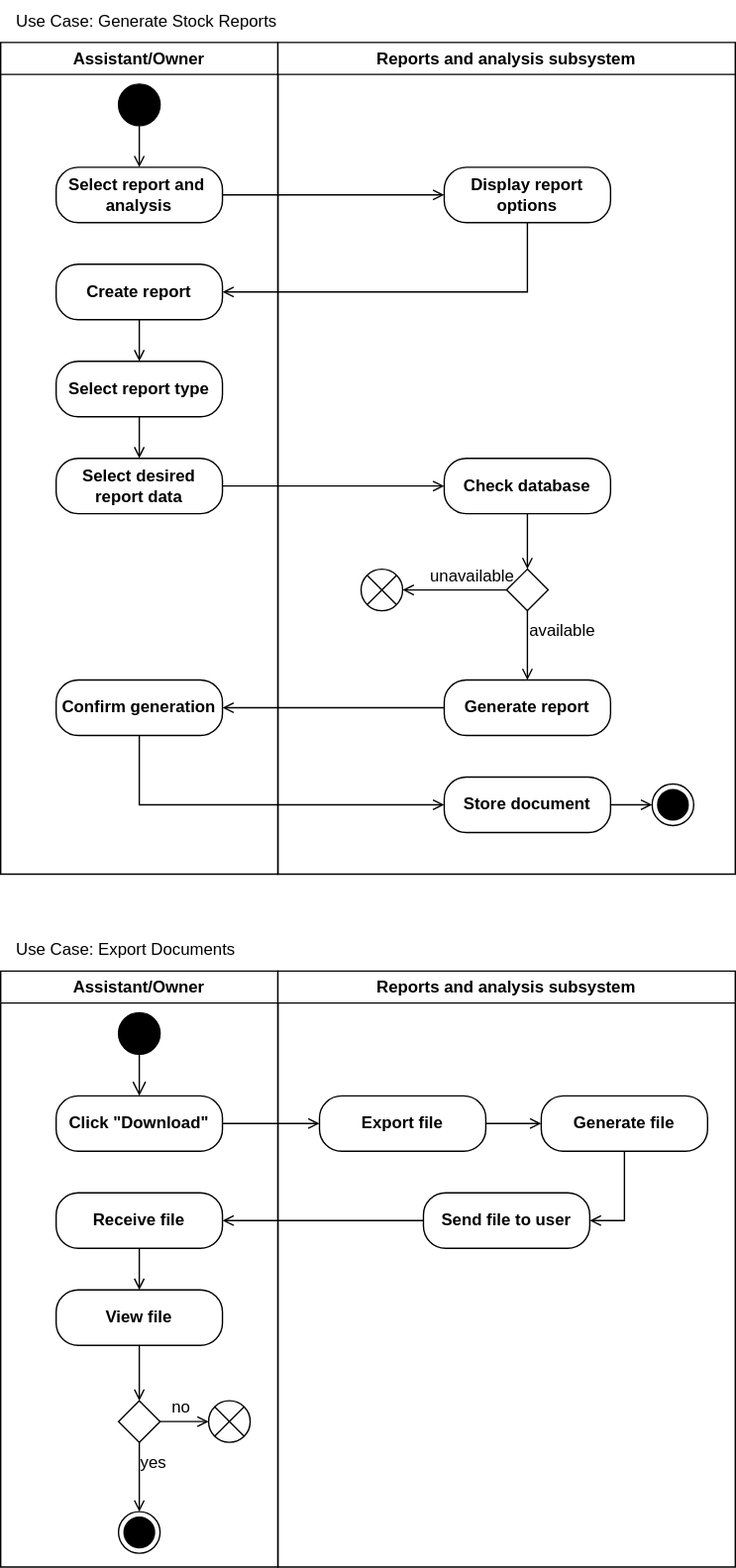
Above: Reports_analysis_Activity.svg in Simamkele88/IFM3_GP (draw.io), before the change. Source tidied: cells renumbered, new cells last; positions are measured from the earlier drawing's top-left corner, leaving out a move shared by most shapes.
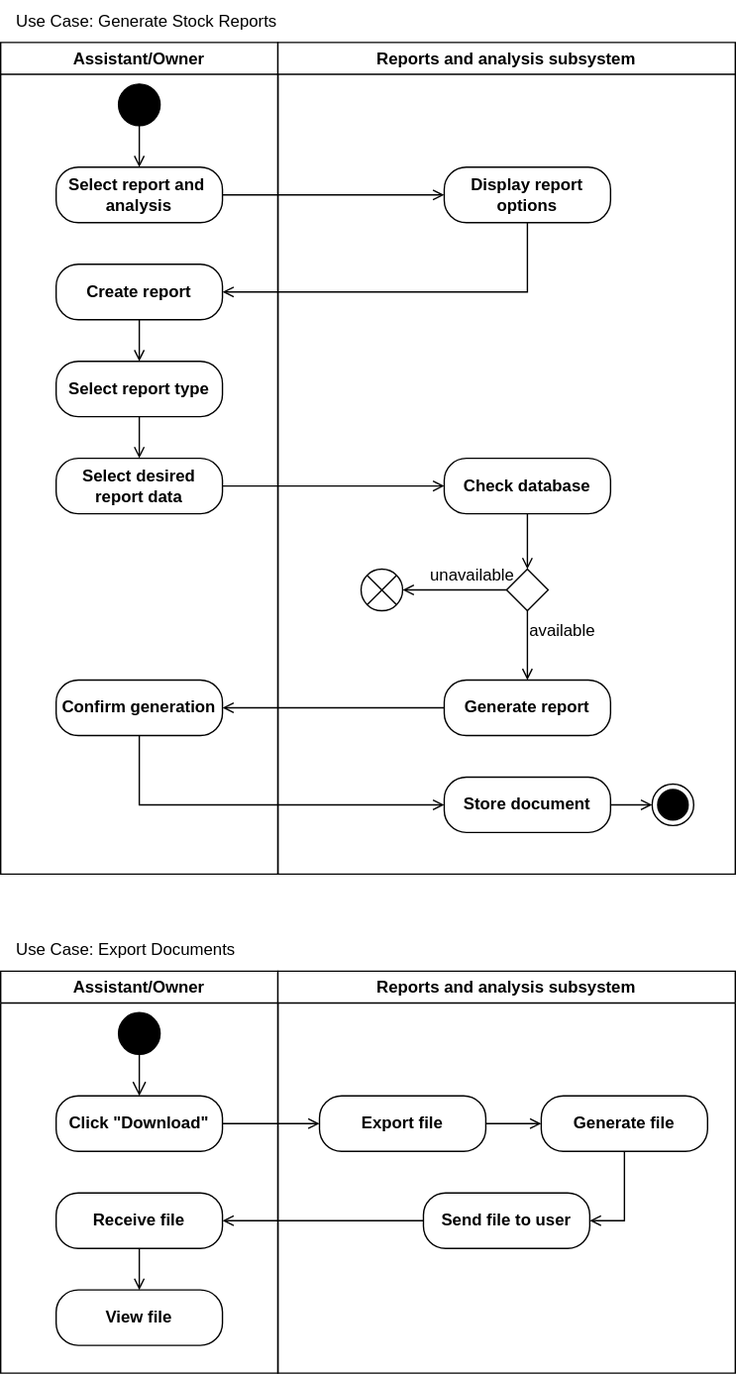
Later version of the same file.

Change to the diagram source:
```diff
@@ -100,7 +100,7 @@
       <mxGeometry relative="1" as="geometry" />
     </mxCell>
     <mxCell id="29" value="Assistant/Owner" style="swimlane;whiteSpace=wrap;html=1;" parent="1" vertex="1">
-      <mxGeometry y="700" width="200" height="430" as="geometry" />
+      <mxGeometry y="700" width="200" height="290" as="geometry" />
     </mxCell>
     <mxCell id="30" style="edgeStyle=orthogonalEdgeStyle;html=1;verticalAlign=middle;endArrow=open;endSize=8;strokeColor=default;rounded=0;entryX=0.5;entryY=0;entryDx=0;entryDy=0;align=center;fontFamily=Helvetica;fontSize=11;fontColor=default;labelBackgroundColor=default;endFill=0;exitX=0.5;exitY=1;exitDx=0;exitDy=0;" parent="29" edge="1" source="34" target="31">
       <mxGeometry relative="1" as="geometry" />
@@ -117,40 +117,11 @@
     <mxCell id="34" style="ellipse;fillColor=strokeColor;html=1;" parent="29" vertex="1">
       <mxGeometry x="85" y="30" width="30" height="30" as="geometry" />
     </mxCell>
-    <mxCell id="35" style="ellipse;html=1;shape=endState;fillColor=strokeColor;" parent="29" vertex="1">
-      <mxGeometry x="85" y="390" width="30" height="30" as="geometry" />
-    </mxCell>
-    <mxCell id="36" style="rhombus;" parent="29" vertex="1">
-      <mxGeometry x="85" y="310" width="30" height="30" as="geometry" />
-    </mxCell>
     <mxCell id="37" value="View file" style="rounded=1;whiteSpace=wrap;html=1;strokeColor=default;align=center;verticalAlign=middle;arcSize=40;fontFamily=Helvetica;fontSize=12;fontColor=default;fillColor=default;fontStyle=1;" parent="29" vertex="1">
       <mxGeometry x="40" y="230" width="120" height="40" as="geometry" />
     </mxCell>
-    <mxCell id="38" style="endArrow=open;html=1;rounded=0;endFill=0;edgeStyle=orthogonalEdgeStyle;exitX=0.5;exitY=1;exitDx=0;exitDy=0;entryX=0.5;entryY=0;entryDx=0;entryDy=0;" parent="29" edge="1" source="37" target="36">
-      <mxGeometry relative="1" as="geometry" />
-    </mxCell>
-    <mxCell id="39" style="endArrow=open;html=1;rounded=0;exitX=0.5;exitY=1;exitDx=0;exitDy=0;entryX=0.5;entryY=0;entryDx=0;entryDy=0;endFill=0;edgeStyle=orthogonalEdgeStyle;" parent="29" edge="1" source="36" target="35">
-      <mxGeometry relative="1" as="geometry">
-        <Array as="points">
-          <mxPoint x="100" y="340" />
-          <mxPoint x="100" y="340" />
-        </Array>
-      </mxGeometry>
-    </mxCell>
-    <mxCell id="40" style="shape=sumEllipse;perimeter=ellipsePerimeter;html=1;backgroundOutline=1;" parent="29" vertex="1">
-      <mxGeometry x="150" y="310" width="30" height="30" as="geometry" />
-    </mxCell>
-    <mxCell id="41" style="endArrow=open;html=1;rounded=0;endFill=0;edgeStyle=orthogonalEdgeStyle;exitX=1;exitY=0.5;exitDx=0;exitDy=0;entryX=0;entryY=0.5;entryDx=0;entryDy=0;" parent="29" edge="1" source="36" target="40">
-      <mxGeometry relative="1" as="geometry" />
-    </mxCell>
-    <mxCell id="42" value="yes" style="text;html=1;align=center;verticalAlign=middle;strokeColor=none;fillColor=none;" parent="29" vertex="1">
-      <mxGeometry x="90" y="340" width="40" height="30" as="geometry" />
-    </mxCell>
-    <mxCell id="43" value="no" style="text;html=1;align=center;verticalAlign=middle;strokeColor=none;fillColor=none;" parent="29" vertex="1">
-      <mxGeometry x="110" y="300" width="40" height="30" as="geometry" />
-    </mxCell>
     <mxCell id="44" value="Reports and analysis subsystem" style="swimlane;whiteSpace=wrap;html=1;" parent="1" vertex="1">
-      <mxGeometry x="200" y="700" width="330" height="430" as="geometry" />
+      <mxGeometry x="200" y="700" width="330" height="290" as="geometry" />
     </mxCell>
     <mxCell id="45" value="Export file" style="rounded=1;whiteSpace=wrap;html=1;strokeColor=default;align=center;verticalAlign=middle;arcSize=40;fontFamily=Helvetica;fontSize=12;fontColor=default;fillColor=default;fontStyle=1;" parent="44" vertex="1">
       <mxGeometry x="30" y="90" width="120" height="40" as="geometry" />
```
